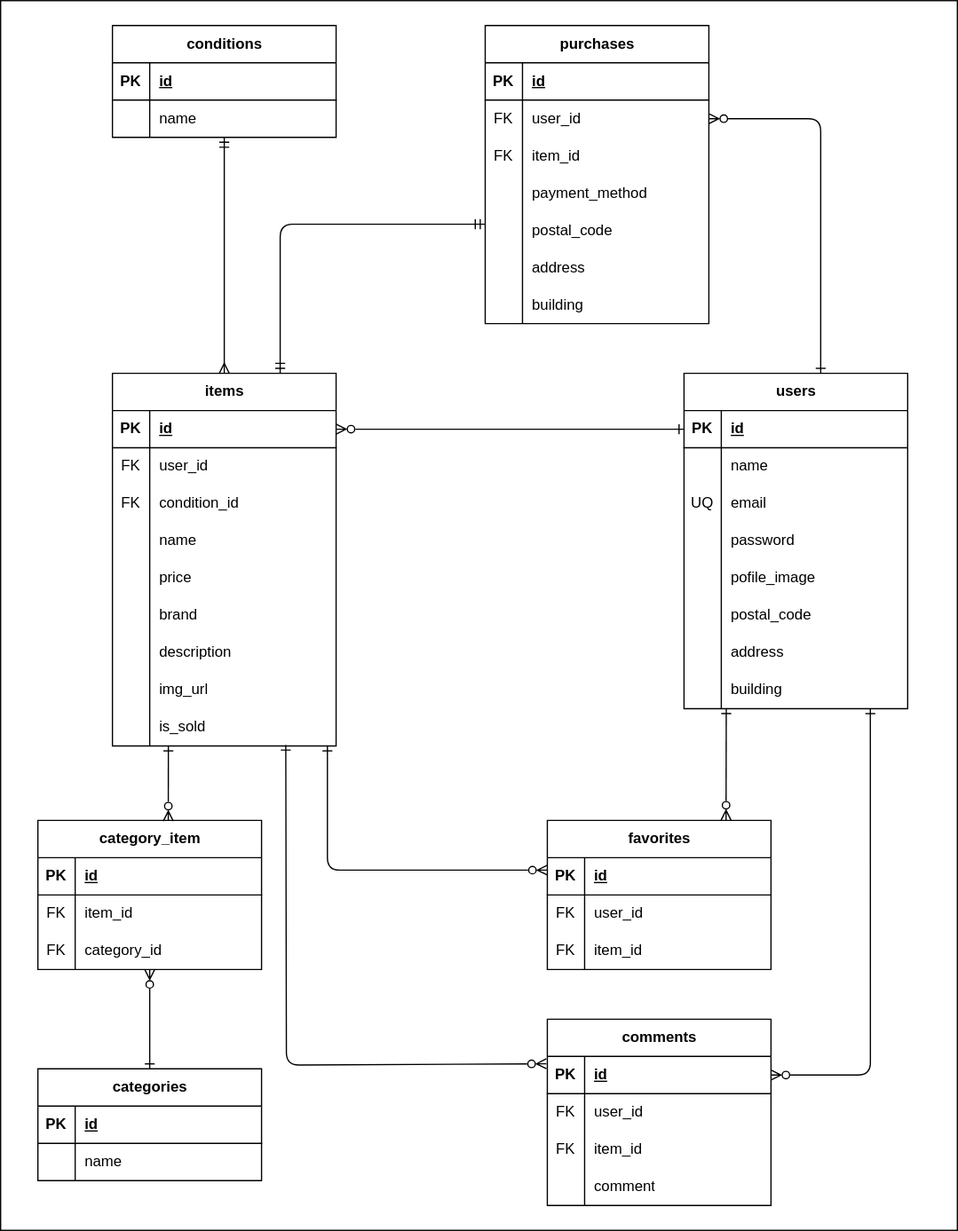
Before: FurimaApp_ER.drawio.svg, a diagram exported from draw.io (Oda-mi/flea-market-app). Source tidied: cells renumbered, new cells last; positions are measured from the earlier drawing's top-left corner, leaving out a move shared by most shapes.
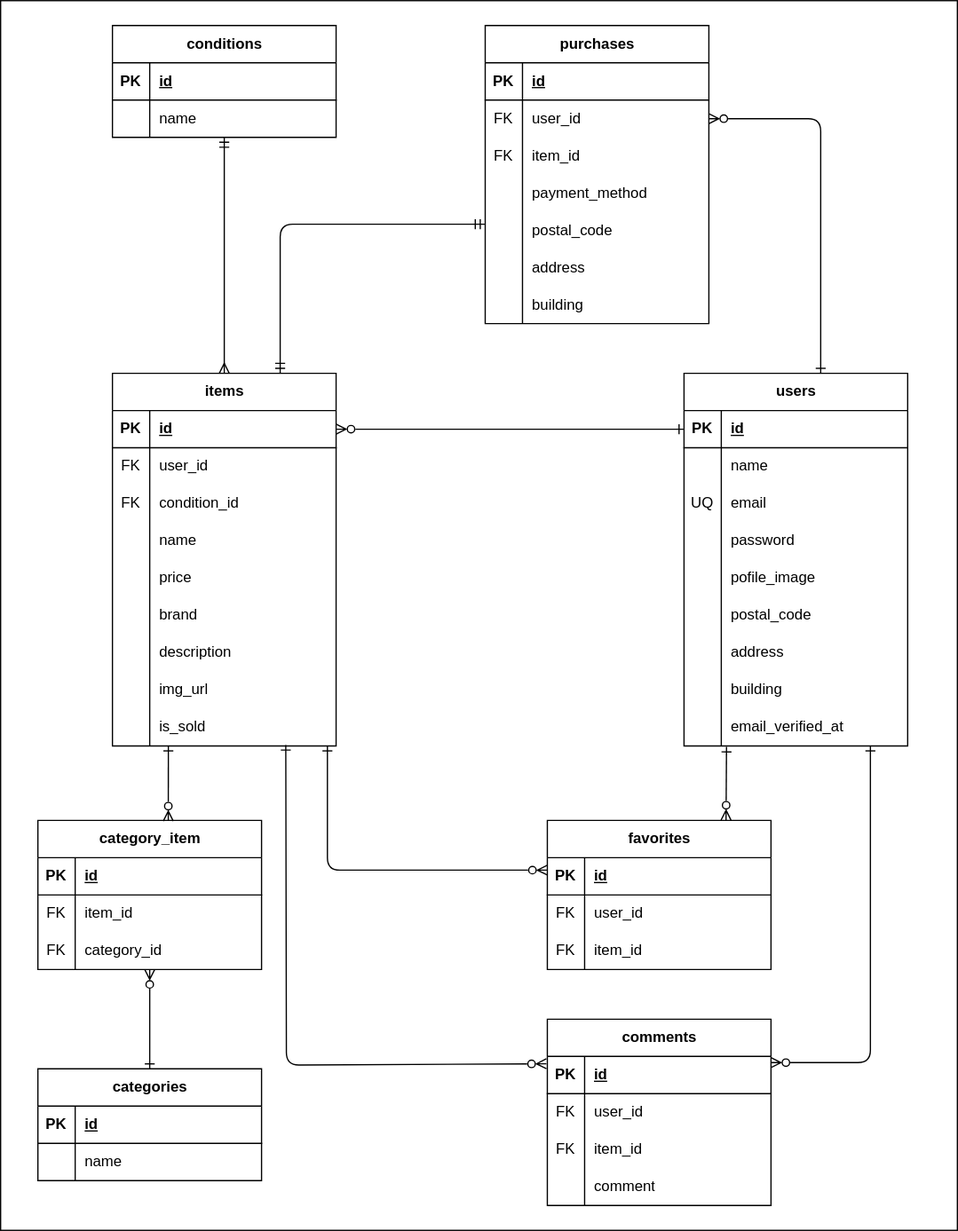
After the change.

Diff of the diagram source:
```diff
@@ -5,15 +5,17 @@
     <mxCell id="2" style="rounded=0;whiteSpace=wrap;html=1;labelBackgroundColor=#FFFFFF;" parent="1" vertex="1">
       <mxGeometry width="770" height="990" as="geometry" />
     </mxCell>
-    <mxCell id="3" style="edgeStyle=none;html=1;entryX=1;entryY=0.5;entryDx=0;entryDy=0;exitX=0.833;exitY=1;exitDx=0;exitDy=0;exitPerimeter=0;startArrow=ERone;startFill=0;endArrow=ERzeroToMany;endFill=0;textShadow=0;labelBackgroundColor=#FFFFFF;" parent="1" edge="1" source="26" target="106">
+    <mxCell id="3" style="edgeStyle=none;html=1;entryX=1;entryY=0.5;entryDx=0;entryDy=0;startArrow=ERone;startFill=0;endArrow=ERzeroToMany;endFill=0;textShadow=0;labelBackgroundColor=#FFFFFF;" parent="1" edge="1">
       <mxGeometry relative="1" as="geometry">
+        <mxPoint x="700" y="600" as="sourcePoint" />
+        <mxPoint x="620" y="855" as="targetPoint" />
         <Array as="points">
-          <mxPoint x="700" y="865" />
+          <mxPoint x="700" y="855" />
         </Array>
       </mxGeometry>
     </mxCell>
     <mxCell id="4" value="users" style="shape=table;startSize=30;rowLines=0;fontStyle=1;align=center;html=1;textShadow=0;labelBackgroundColor=#FFFFFF;" parent="1" vertex="1">
-      <mxGeometry x="550" y="300" width="180" height="270" as="geometry" />
+      <mxGeometry x="550" y="300" width="180" height="300" as="geometry" />
     </mxCell>
     <mxCell id="5" style="shape=tableRow;horizontal=0;startSize=0;swimlaneHead=0;swimlaneBody=0;fillColor=none;points=[[0,0.5],[1,0.5]];portConstraint=eastwest;top=0;left=0;right=0;bottom=1;textShadow=0;labelBackgroundColor=#FFFFFF;" parent="4" vertex="1">
       <mxGeometry y="30" width="180" height="30" as="geometry" />
@@ -87,6 +89,15 @@
     <mxCell id="28" value="building" style="shape=partialRectangle;fillColor=none;top=0;left=0;bottom=0;right=0;align=left;spacingLeft=6;overflow=hidden;html=1;textShadow=0;labelBackgroundColor=#FFFFFF;" parent="26" vertex="1">
       <mxGeometry x="30" width="150" height="30" as="geometry" />
     </mxCell>
+    <mxCell id="135" style="shape=tableRow;horizontal=0;startSize=0;swimlaneHead=0;swimlaneBody=0;fillColor=none;points=[[0,0.5],[1,0.5]];portConstraint=eastwest;top=0;left=0;right=0;bottom=0;textShadow=0;labelBackgroundColor=#FFFFFF;" parent="4" vertex="1">
+      <mxGeometry y="270" width="180" height="30" as="geometry" />
+    </mxCell>
+    <mxCell id="136" style="shape=partialRectangle;fillColor=none;top=0;left=0;bottom=0;right=0;overflow=hidden;html=1;textShadow=0;labelBackgroundColor=#FFFFFF;" parent="135" vertex="1">
+      <mxGeometry width="30" height="30" as="geometry" />
+    </mxCell>
+    <mxCell id="137" value="email_verified_at" style="shape=partialRectangle;fillColor=none;top=0;left=0;bottom=0;right=0;align=left;spacingLeft=6;overflow=hidden;html=1;textShadow=0;labelBackgroundColor=#FFFFFF;" parent="135" vertex="1">
+      <mxGeometry x="30" width="150" height="30" as="geometry" />
+    </mxCell>
     <mxCell id="29" value="items" style="shape=table;startSize=30;rowLines=0;fontStyle=1;align=center;html=1;textShadow=0;labelBackgroundColor=#FFFFFF;" parent="1" vertex="1">
       <mxGeometry x="90" y="300" width="180" height="300" as="geometry" />
     </mxCell>
@@ -395,10 +406,8 @@
         </Array>
       </mxGeometry>
     </mxCell>
-    <mxCell id="130" style="edgeStyle=none;html=1;entryX=0.799;entryY=-0.002;entryDx=0;entryDy=0;entryPerimeter=0;startArrow=ERone;startFill=0;endArrow=ERzeroToMany;endFill=0;textShadow=0;labelBackgroundColor=#FFFFFF;" parent="1" edge="1" target="118">
-      <mxGeometry relative="1" as="geometry">
-        <mxPoint x="584" y="570" as="sourcePoint" />
-      </mxGeometry>
+    <mxCell id="130" style="edgeStyle=none;html=1;entryX=0.799;entryY=-0.002;entryDx=0;entryDy=0;entryPerimeter=0;startArrow=ERone;startFill=0;endArrow=ERzeroToMany;endFill=0;textShadow=0;labelBackgroundColor=#FFFFFF;exitX=0.19;exitY=1.027;exitDx=0;exitDy=0;exitPerimeter=0;" parent="1" edge="1" source="135" target="118">
+      <mxGeometry relative="1" as="geometry" />
     </mxCell>
     <mxCell id="131" style="edgeStyle=none;html=1;startArrow=ERone;startFill=0;endArrow=ERzeroToMany;endFill=0;textShadow=0;labelBackgroundColor=#FFFFFF;" parent="1" edge="1">
       <mxGeometry relative="1" as="geometry">
```
